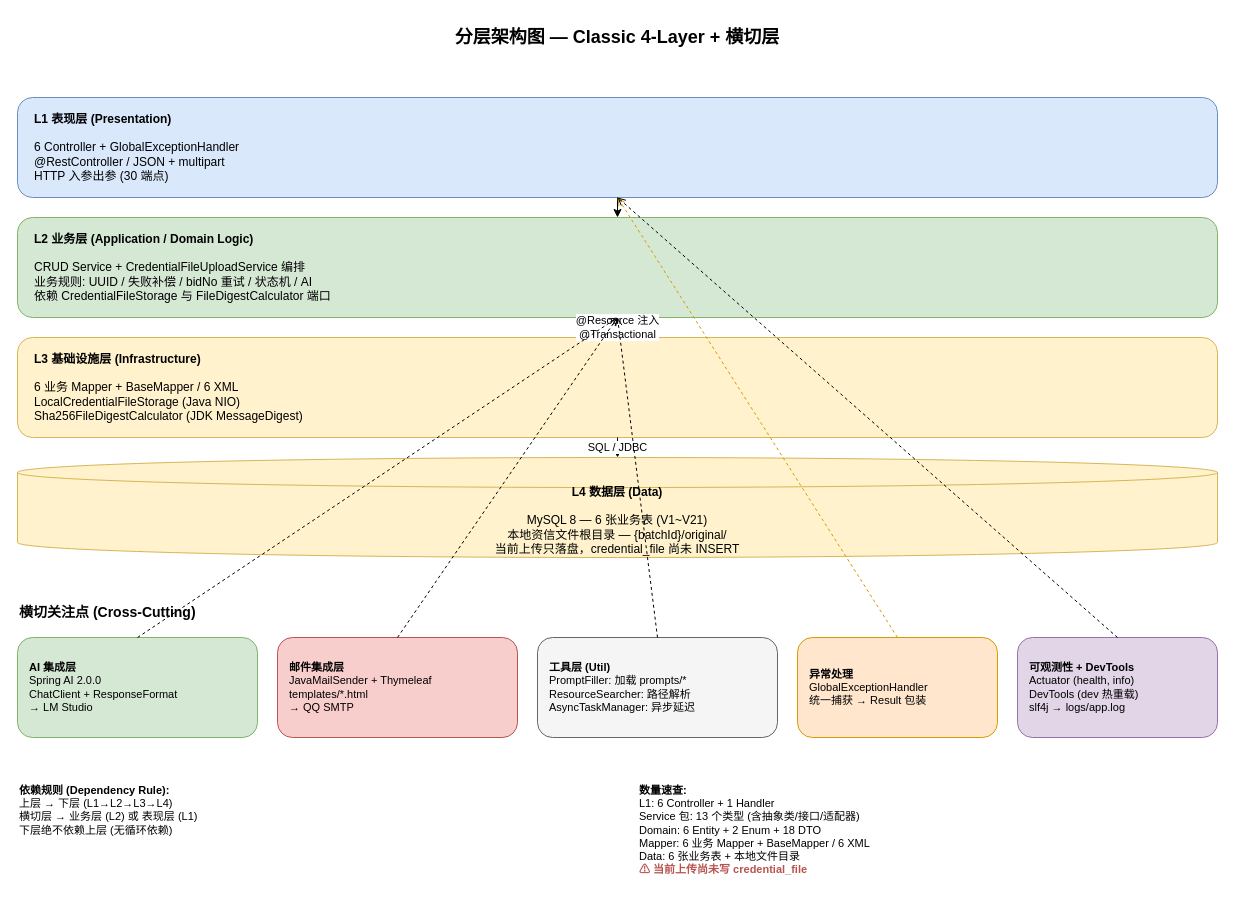
Jianshi-Lu/smart-bid-platform-be keeps this draw.io diagram as page "4-Layered Architecture" (4 of 7) of docs/architecture-diagram.drawio. Above is the earlier version. Source tidied: cells renumbered, new cells numbered last; positions are measured from the earlier drawing's top-left corner, leaving out a move shared by most shapes. Both pictures are drawn from the tidied source at 100%, with x=0, y=0 at pixel (17, 17).
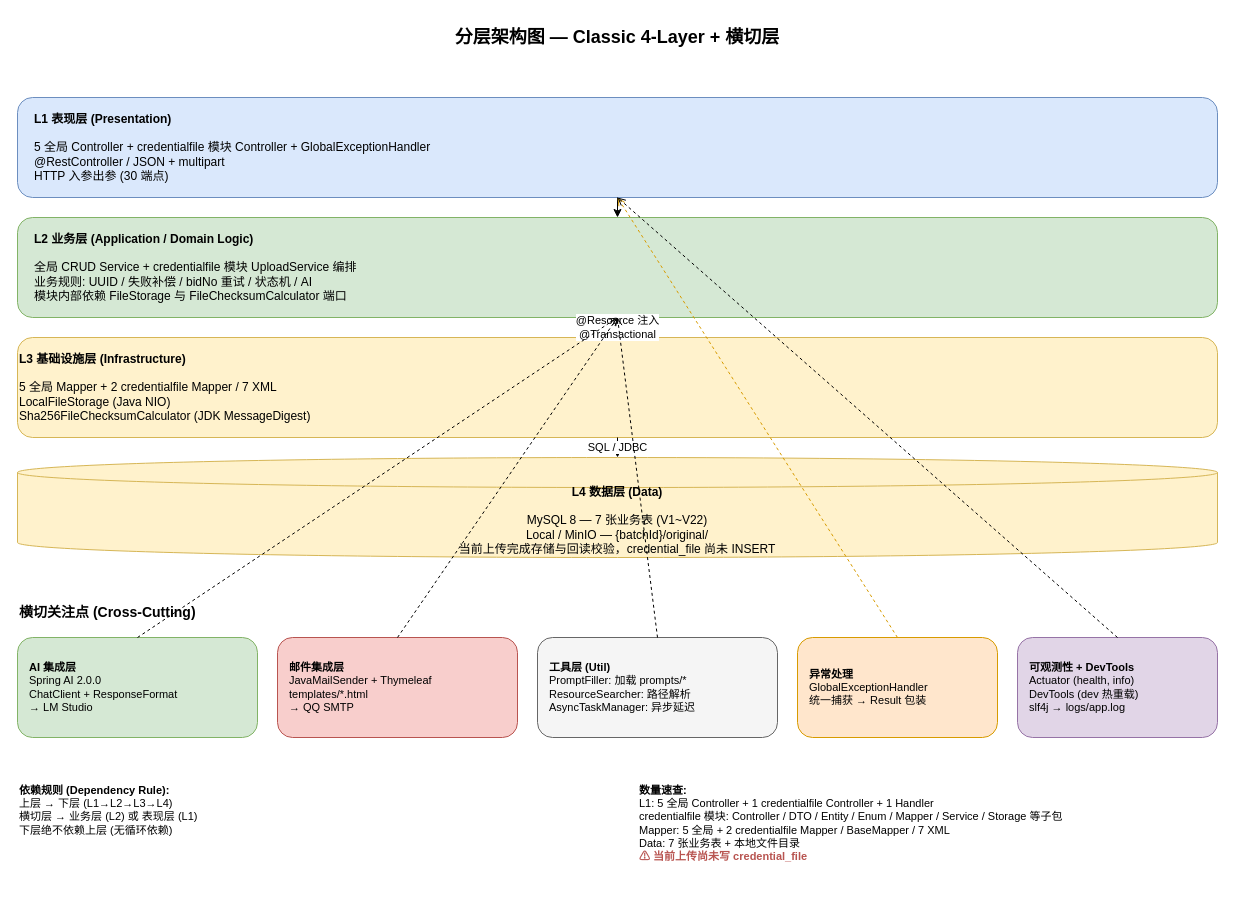
The same page after the edit.

Diff of the diagram source:
```diff
@@
-    <mxCell id="3" value="&lt;b&gt;L1 表现层 (Presentation)&lt;/b&gt;&lt;br&gt;&lt;br&gt;6 Controller + GlobalExceptionHandler&#10;@RestController / JSON + multipart&#10;HTTP 入参出参 (30 端点)" style="rounded=1;whiteSpace=wrap;html=1;fillColor=#dae8fc;strokeColor=#6c8ebf;fontSize=12;align=left;spacingLeft=15;" parent="1" vertex="1">
+    <mxCell id="3" value="&lt;b&gt;L1 表现层 (Presentation)&lt;/b&gt;&lt;br&gt;&lt;br&gt;5 全局 Controller + credentialfile 模块 Controller + GlobalExceptionHandler&#10;@RestController / JSON + multipart&#10;HTTP 入参出参 (30 端点)" style="rounded=1;whiteSpace=wrap;html=1;fillColor=#dae8fc;strokeColor=#6c8ebf;fontSize=12;align=left;spacingLeft=15;" parent="1" vertex="1">
       <mxGeometry y="80" width="1200" height="100" as="geometry" />
     </mxCell>
-    <mxCell id="4" value="&lt;b&gt;L2 业务层 (Application / Domain Logic)&lt;/b&gt;&lt;br&gt;&lt;br&gt;CRUD Service + CredentialFileUploadService 编排&#10;业务规则: UUID / 失败补偿 / bidNo 重试 / 状态机 / AI&#10;依赖 CredentialFileStorage 与 FileDigestCalculator 端口" style="rounded=1;whiteSpace=wrap;html=1;fillColor=#d5e8d4;strokeColor=#82b366;fontSize=12;align=left;spacingLeft=15;" parent="1" vertex="1">
+    <mxCell id="4" value="&lt;b&gt;L2 业务层 (Application / Domain Logic)&lt;/b&gt;&lt;br&gt;&lt;br&gt;全局 CRUD Service + credentialfile 模块 UploadService 编排&#10;业务规则: UUID / 失败补偿 / bidNo 重试 / 状态机 / AI&#10;模块内部依赖 FileStorage 与 FileChecksumCalculator 端口" style="rounded=1;whiteSpace=wrap;html=1;fillColor=#d5e8d4;strokeColor=#82b366;fontSize=12;align=left;spacingLeft=15;" parent="1" vertex="1">
       <mxGeometry y="200" width="1200" height="100" as="geometry" />
     </mxCell>
-    <mxCell id="5" value="&lt;b&gt;L3 基础设施层 (Infrastructure)&lt;/b&gt;&lt;br&gt;&lt;br&gt;6 业务 Mapper + BaseMapper / 6 XML&#10;LocalCredentialFileStorage (Java NIO)&#10;Sha256FileDigestCalculator (JDK MessageDigest)" style="rounded=1;whiteSpace=wrap;html=1;fillColor=#fff2cc;strokeColor=#d6b656;fontSize=12;align=left;spacingLeft=15;" parent="1" vertex="1">
+    <mxCell id="5" value="&lt;b&gt;L3 基础设施层 (Infrastructure)&lt;/b&gt;&lt;br&gt;&lt;br&gt;5 全局 Mapper + 2 credentialfile Mapper / 7 XML&#10;LocalFileStorage (Java NIO)&#10;Sha256FileChecksumCalculator (JDK MessageDigest)" style="rounded=1;whiteSpace=wrap;html=1;fillColor=#fff2cc;strokeColor=#d6b656;fontSize=12;align=left;spacingLeft:15;" parent="1" vertex="1">
       <mxGeometry y="320" width="1200" height="100" as="geometry" />
     </mxCell>
-    <mxCell id="6" value="&lt;b&gt;L4 数据层 (Data)&lt;/b&gt;&lt;br&gt;&lt;br&gt;MySQL 8 — 6 张业务表 (V1~V21)&#10;本地资信文件根目录 — {batchId}/original/&#10;当前上传只落盘，credential_file 尚未 INSERT" style="shape=cylinder3;whiteSpace=wrap;html=1;boundedLbl=1;backgroundOutline=1;size=15;fillColor=#fff2cc;strokeColor=#d6b656;fontSize=12;align=center;" parent="1" vertex="1">
+    <mxCell id="6" value="&lt;b&gt;L4 数据层 (Data)&lt;/b&gt;&lt;br&gt;&lt;br&gt;MySQL 8 — 7 张业务表 (V1~V22)&#10;Local / MinIO — {batchId}/original/&#10;当前上传完成存储与回读校验，credential_file 尚未 INSERT" style="shape=cylinder3;whiteSpace=wrap;html=1;boundedLbl=1;backgroundOutline=1;size=15;fillColor=#fff2cc;strokeColor=#d6b656;fontSize=12;align=center;" parent="1" vertex="1">
       <mxGeometry y="440" width="1200" height="100" as="geometry" />
     </mxCell>
@@
-    <mxCell id="22" value="&lt;b&gt;数量速查:&lt;/b&gt;&lt;br&gt;  L1: 6 Controller + 1 Handler&lt;br&gt;  Service 包: 13 个类型 (含抽象类/接口/适配器)&lt;br&gt;  Domain: 6 Entity + 2 Enum + 18 DTO&lt;br&gt;  Mapper: 6 业务 Mapper + BaseMapper / 6 XML&lt;br&gt;  Data: 6 张业务表 + 本地文件目录&#10;  &lt;font color=&quot;#b85450&quot;&gt;&lt;b&gt;⚠ 当前上传尚未写 credential_file&lt;/b&gt;&lt;/font&gt;" style="text;html=1;strokeColor=none;fillColor=none;align=left;fontSize=11;verticalAlign=top;" parent="1" vertex="1">
+    <mxCell id="22" value="&lt;b&gt;数量速查:&lt;/b&gt;&lt;br&gt;  L1: 5 全局 Controller + 1 credentialfile Controller + 1 Handler&lt;br&gt;  credentialfile 模块: Controller / DTO / Entity / Enum / Mapper / Service / Storage 等子包&lt;br&gt;  Mapper: 5 全局 + 2 credentialfile Mapper / BaseMapper / 7 XML&lt;br&gt;  Data: 7 张业务表 + 本地文件目录&#10;  &lt;font color=&quot;#b85450&quot;&gt;&lt;b&gt;⚠ 当前上传尚未写 credential_file&lt;/b&gt;&lt;/font&gt;" style="text;html=1;strokeColor=none;fillColor=none;align=left;fontSize=11;verticalAlign=top;" parent="1" vertex="1">
       <mxGeometry x="620" y="760" width="580" height="120" as="geometry" />
     </mxCell>
```
